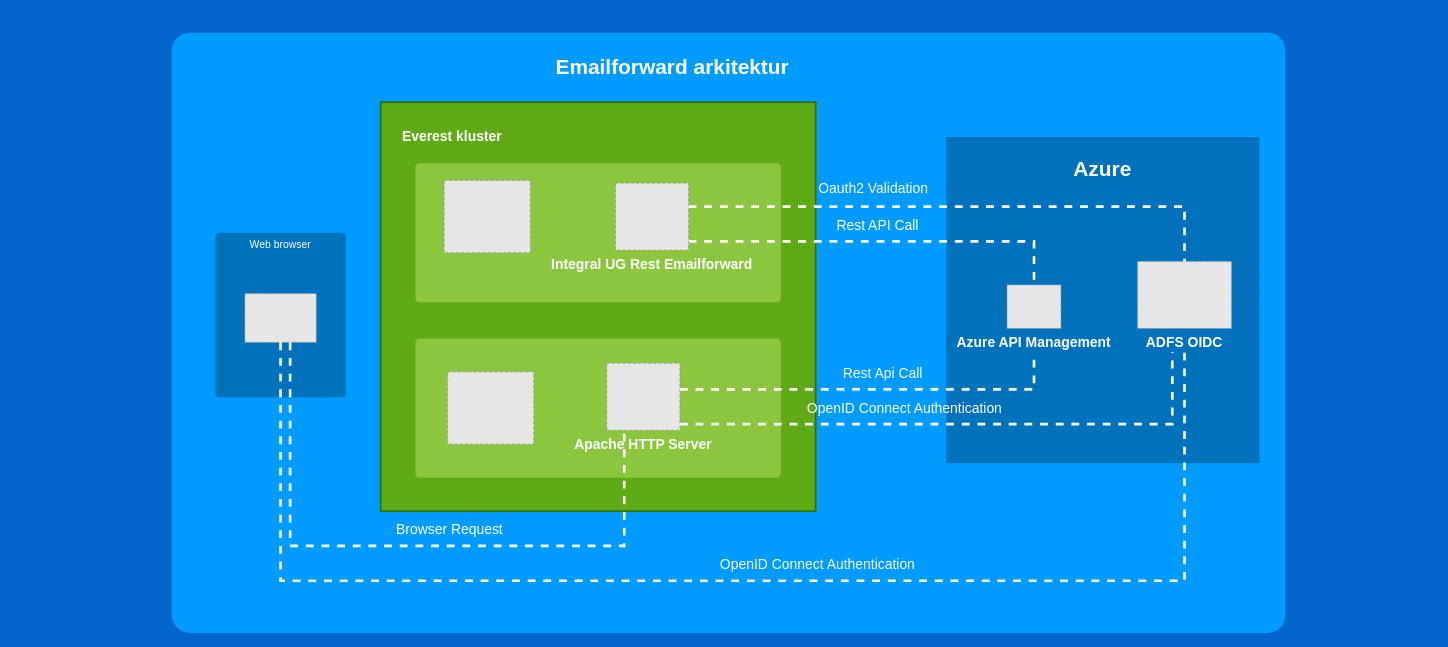
Earlier version of the draw.io diagram Untitled Diagram.drawio (ssundkvist/cxf). Source tidied: cells renumbered, new cells numbered last; positions are measured from the earlier drawing's top-left corner, leaving out a move shared by most shapes. Both pictures are drawn from the tidied source at 87%, with x=0, y=0 at pixel (15, 32). Pictures stored in the file or linked from it are replaced by grey dashed boxes.
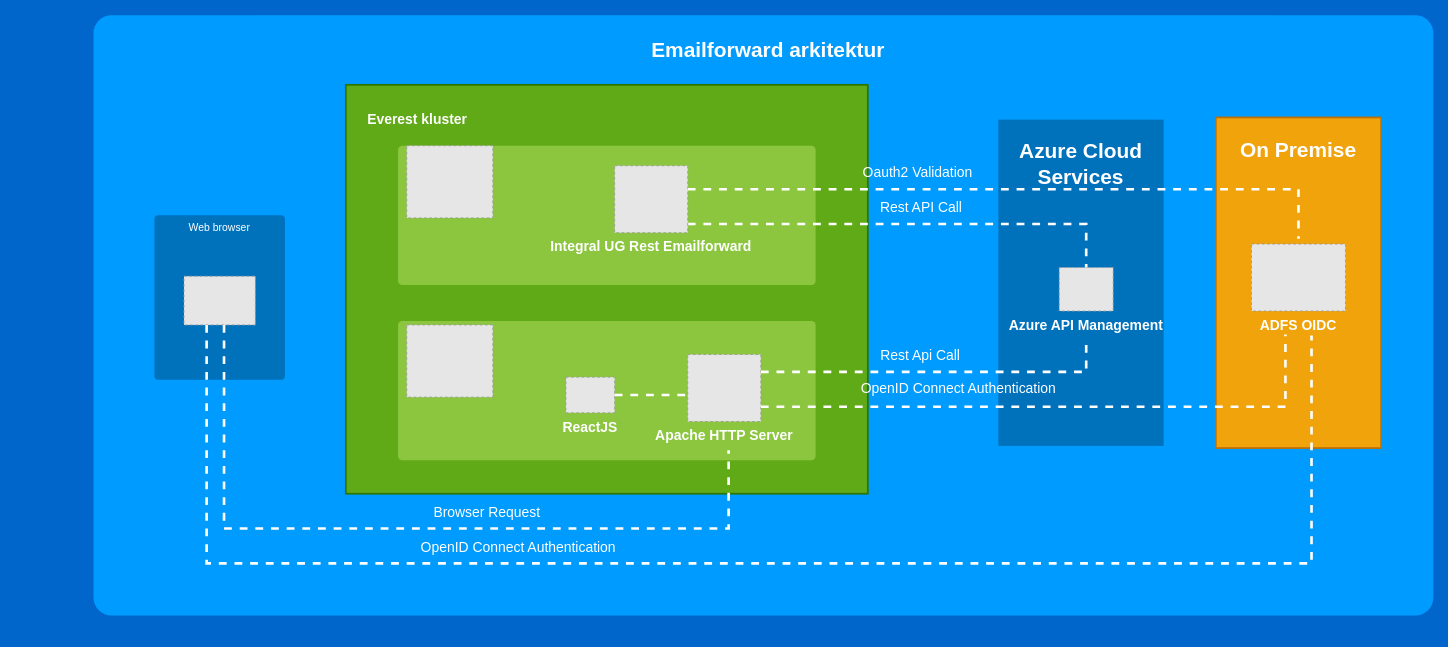
The same diagram, later.

What changed in the source:
```diff
@@
     <mxCell id="2" style="whiteSpace=wrap;html=1;rounded=1;shadow=0;strokeColor=none;strokeWidth=2;fillColor=#009BFF;fontSize=20;fontColor=#FFFFFF;align=center;arcSize=3;verticalAlign=top;spacingTop=4;" parent="1" vertex="1">
-      <mxGeometry x="180" width="1280" height="690" as="geometry" />
+      <mxGeometry x="90" y="-20" width="1540" height="690" as="geometry" />
     </mxCell>
     <mxCell id="3" value="&lt;h1 align=&quot;left&quot;&gt;&lt;font style=&quot;font-size: 16px&quot;&gt;Everest kluster&lt;/font&gt;&lt;/h1&gt;" style="rounded=0;whiteSpace=wrap;html=1;shadow=0;strokeWidth=2;fillColor=#60a917;fontSize=12;align=left;strokeColor=#2D7600;arcSize=6;verticalAlign=top;spacingLeft=23;fontColor=#ffffff;" parent="1" vertex="1">
-      <mxGeometry x="420" y="80" width="500" height="470" as="geometry" />
+      <mxGeometry x="380" y="60" width="600" height="470" as="geometry" />
     </mxCell>
     <mxCell id="4" value="Web browser" style="rounded=1;whiteSpace=wrap;html=1;shadow=0;strokeWidth=2;fillColor=#0072BC;fontSize=12;fontColor=#FFFFFF;align=center;strokeColor=none;arcSize=3;verticalAlign=top;" parent="1" vertex="1">
-      <mxGeometry x="230" y="230" width="150" height="189" as="geometry" />
+      <mxGeometry x="160" y="210" width="150" height="189" as="geometry" />
     </mxCell>
     <mxCell id="5" style="rounded=1;whiteSpace=wrap;html=1;shadow=0;strokeWidth=2;fillColor=#8BC63E;fontSize=12;fontColor=#000000;align=center;strokeColor=none;arcSize=3;" parent="1" vertex="1">
-      <mxGeometry x="460" y="351.5" width="420" height="160" as="geometry" />
+      <mxGeometry x="440" y="331.5" width="480" height="160" as="geometry" />
     </mxCell>
-    <mxCell id="6" value="&lt;h1&gt;Azure&lt;/h1&gt;" style="rounded=0;whiteSpace=wrap;html=1;shadow=0;strokeWidth=2;fillColor=#0072BC;fontSize=12;fontColor=#FFFFFF;align=center;strokeColor=none;arcSize=3;verticalAlign=top;" parent="1" vertex="1">
-      <mxGeometry x="1070" y="120" width="360" height="375" as="geometry" />
+    <mxCell id="6" value="&lt;h1&gt;Azure Cloud Services&lt;br&gt;&lt;/h1&gt;" style="rounded=0;whiteSpace=wrap;html=1;shadow=0;strokeWidth=2;fillColor=#0072BC;fontSize=12;fontColor=#FFFFFF;align=center;strokeColor=none;arcSize=3;verticalAlign=top;" parent="1" vertex="1">
+      <mxGeometry x="1130" y="100" width="190" height="375" as="geometry" />
     </mxCell>
     <mxCell id="7" value="Emailforward arkitektur" style="text;strokeColor=none;fillColor=none;html=1;fontSize=24;fontStyle=1;verticalAlign=middle;align=center;rounded=0;shadow=0;fontColor=#FFFFFF;" parent="1" vertex="1">
-      <mxGeometry y="20" width="1510" height="40" as="geometry" />
+      <mxGeometry x="110" width="1510" height="40" as="geometry" />
     </mxCell>
     <mxCell id="8" style="fillColor=#E6E6E6;strokeColor=#999999;dashed=1;verticalLabelPosition=bottom;labelBackgroundColor=#ffffff;verticalAlign=top;" parent="1" vertex="1">
-      <mxGeometry x="264" y="300" width="82" height="56" as="geometry" />
+      <mxGeometry x="194" y="280" width="82" height="56" as="geometry" />
     </mxCell>
-    <mxCell id="9" style="edgeStyle=orthogonalEdgeStyle;html=1;startArrow=none;startFill=0;startSize=10;endArrow=none;endFill=0;endSize=10;strokeWidth=3;fontSize=11;fontColor=#FFFFFF;strokeColor=#FFFFFF;dashed=1;rounded=0;" parent="1" edge="1" source="8" target="11">
+    <mxCell id="9" style="edgeStyle=orthogonalEdgeStyle;html=1;startArrow=none;startFill=0;startSize=10;endArrow=none;endFill=0;endSize=10;strokeWidth=3;fontSize=11;fontColor=#FFFFFF;strokeColor=#FFFFFF;dashed=1;rounded=0;targetPerimeterSpacing=33;" parent="1" edge="1" source="8" target="11">
       <mxGeometry relative="1" as="geometry">
         <Array as="points">
-          <mxPoint x="316" y="590" />
-          <mxPoint x="700" y="590" />
+          <mxPoint x="240" y="570" />
+          <mxPoint x="820" y="570" />
         </Array>
       </mxGeometry>
     </mxCell>
     <mxCell id="10" value="&lt;font style=&quot;font-size: 16px&quot;&gt;Browser Request&lt;br&gt;&lt;/font&gt;" style="edgeLabel;html=1;align=center;verticalAlign=middle;labelBackgroundColor=none;fontColor=#FFFFFF;" parent="9" vertex="1">
       <mxGeometry x="0.45" y="1" relative="1" as="geometry">
-        <mxPoint x="-128" y="-19" as="offset" />
+        <mxPoint x="-120" y="-19" as="offset" />
       </mxGeometry>
     </mxCell>
     <mxCell id="11" value="Apache HTTP Server" style="fillColor=#E6E6E6;strokeColor=#999999;dashed=1;verticalLabelPosition=bottom;labelBackgroundColor=none;verticalAlign=top;fontSize=16;fontColor=#FFFFFF;fontStyle=1;" parent="1" vertex="1">
-      <mxGeometry x="680" y="380" width="84" height="77" as="geometry" />
+      <mxGeometry x="773" y="370" width="84" height="77" as="geometry" />
     </mxCell>
     <mxCell id="12" value="Azure API Management" style="fillColor=#E6E6E6;strokeColor=#999999;dashed=1;verticalLabelPosition=bottom;labelBackgroundColor=none;verticalAlign=top;fontSize=16;fontColor=#FFFFFF;fontStyle=1;" parent="1" vertex="1">
-      <mxGeometry x="1140" y="290" width="62" height="50" as="geometry" />
+      <mxGeometry x="1200" y="270" width="62" height="50" as="geometry" />
     </mxCell>
     <mxCell id="13" style="edgeStyle=orthogonalEdgeStyle;html=1;startArrow=none;startFill=0;startSize=10;endArrow=none;endFill=0;endSize=10;strokeWidth=3;fontSize=11;fontColor=#FFFFFF;strokeColor=#FFFFFF;dashed=1;rounded=0;targetPerimeterSpacing=36;" parent="1" edge="1" source="11" target="12">
       <mxGeometry relative="1" as="geometry">
         <Array as="points">
-          <mxPoint x="1171" y="410" />
+          <mxPoint x="1231" y="390" />
         </Array>
       </mxGeometry>
     </mxCell>
     <mxCell id="14" value="&lt;font style=&quot;font-size: 16px&quot; color=&quot;#FFFFFF&quot;&gt;Rest Api Call&lt;/font&gt;" style="edgeLabel;html=1;align=center;verticalAlign=middle;labelBackgroundColor=none;" parent="13" vertex="1">
       <mxGeometry x="-0.05" relative="1" as="geometry">
-        <mxPoint x="23" y="-20" as="offset" />
+        <mxPoint x="-12" y="-20" as="offset" />
       </mxGeometry>
     </mxCell>
     <mxCell id="15" style="rounded=1;whiteSpace=wrap;html=1;shadow=0;strokeWidth=2;fillColor=#8BC63E;fontSize=12;fontColor=#000000;align=center;strokeColor=none;arcSize=3;" parent="1" vertex="1">
-      <mxGeometry x="460" y="150" width="420" height="160" as="geometry" />
+      <mxGeometry x="440" y="130" width="480" height="160" as="geometry" />
     </mxCell>
     <mxCell id="16" style="fillColor=#E6E6E6;strokeColor=#999999;dashed=1;verticalLabelPosition=bottom;labelBackgroundColor=#ffffff;verticalAlign=top;" parent="1" vertex="1">
-      <mxGeometry x="493" y="170" width="99" height="83" as="geometry" />
+      <mxGeometry x="450" y="130" width="99" height="83" as="geometry" />
     </mxCell>
     <mxCell id="17" style="fillColor=#E6E6E6;strokeColor=#999999;dashed=1;verticalLabelPosition=bottom;labelBackgroundColor=#ffffff;verticalAlign=top;" parent="1" vertex="1">
-      <mxGeometry x="497" y="390" width="99" height="83" as="geometry" />
+      <mxGeometry x="450" y="336" width="99" height="83" as="geometry" />
     </mxCell>
     <mxCell id="18" style="edgeStyle=orthogonalEdgeStyle;html=1;startArrow=none;startFill=0;startSize=10;endArrow=none;endFill=0;endSize=10;strokeWidth=3;fontSize=11;fontColor=#FFFFFF;strokeColor=#FFFFFF;dashed=1;rounded=0;" parent="1" edge="1" source="20" target="12">
       <mxGeometry relative="1" as="geometry">
         <Array as="points">
-          <mxPoint x="1171" y="240" />
+          <mxPoint x="1231" y="220" />
         </Array>
       </mxGeometry>
     </mxCell>
     <mxCell id="19" value="&lt;font style=&quot;font-size: 16px&quot; color=&quot;#FFFFFF&quot;&gt;Rest API Call&lt;/font&gt;" style="edgeLabel;html=1;align=center;verticalAlign=middle;labelBackgroundColor=none;" parent="18" vertex="1">
       <mxGeometry x="-0.19" y="-2" relative="1" as="geometry">
-        <mxPoint x="35" y="-22" as="offset" />
+        <mxPoint x="61" y="-22" as="offset" />
       </mxGeometry>
     </mxCell>
     <mxCell id="20" value="Integral UG Rest Emailforward" style="fillColor=#E6E6E6;strokeColor=#999999;dashed=1;verticalLabelPosition=bottom;labelBackgroundColor=none;verticalAlign=top;fontSize=16;fontColor=#FFFFFF;fontStyle=1;" parent="1" vertex="1">
-      <mxGeometry x="690" y="173" width="84" height="77" as="geometry" />
+      <mxGeometry x="689" y="153" width="84" height="77" as="geometry" />
     </mxCell>
-    <mxCell id="21" value="ADFS OIDC" style="fillColor=#E6E6E6;strokeColor=#999999;dashed=1;verticalLabelPosition=bottom;labelBackgroundColor=none;verticalAlign=top;fontSize=16;fontColor=#FFFFFF;fontStyle=1;" parent="1" vertex="1">
-      <mxGeometry x="1290" y="263" width="108" height="77" as="geometry" />
-    </mxCell>
+    <mxCell id="28" value="ReactJS" style="fillColor=#E6E6E6;strokeColor=#999999;dashed=1;verticalLabelPosition=bottom;labelBackgroundColor=none;verticalAlign=top;fontSize=16;fontColor=#FFFFFF;fontStyle=1;" parent="1" vertex="1">
+      <mxGeometry x="633" y="396" width="56" height="41" as="geometry" />
+    </mxCell>
+    <mxCell id="29" style="edgeStyle=orthogonalEdgeStyle;html=1;startArrow=none;startFill=0;startSize=10;endArrow=none;endFill=0;endSize=10;strokeWidth=3;fontSize=11;fontColor=#FFFFFF;strokeColor=#FFFFFF;dashed=1;rounded=0;jumpStyle=none;targetPerimeterSpacing=0;" parent="1" edge="1" source="28" target="11">
+      <mxGeometry relative="1" as="geometry">
+        <Array as="points">
+          <mxPoint x="723" y="417" />
+          <mxPoint x="723" y="417" />
+        </Array>
+      </mxGeometry>
+    </mxCell>
+    <mxCell id="30" value="&lt;h1&gt;On Premise&lt;/h1&gt;" style="rounded=0;whiteSpace=wrap;html=1;shadow=0;strokeWidth=2;fillColor=#f0a30a;fontSize=12;fontColor=#ffffff;align=center;strokeColor=#BD7000;arcSize=3;verticalAlign=top;" parent="1" vertex="1">
+      <mxGeometry x="1380" y="97.5" width="190" height="380" as="geometry" />
+    </mxCell>
     <mxCell id="22" style="edgeStyle=orthogonalEdgeStyle;html=1;startArrow=none;startFill=0;startSize=10;endArrow=none;endFill=0;endSize=10;strokeWidth=3;fontSize=11;fontColor=#FFFFFF;strokeColor=#FFFFFF;dashed=1;rounded=0;targetPerimeterSpacing=27;" parent="1" edge="1" source="11" target="21">
       <mxGeometry relative="1" as="geometry">
         <Array as="points">
-          <mxPoint x="1330" y="450" />
+          <mxPoint x="1460" y="430" />
         </Array>
       </mxGeometry>
     </mxCell>
     <mxCell id="23" value="&lt;font style=&quot;font-size: 16px&quot; color=&quot;#FFFFFF&quot;&gt;OpenID Connect Authentication&lt;/font&gt;" style="edgeLabel;html=1;align=center;verticalAlign=middle;labelBackgroundColor=none;" parent="22" vertex="1">
       <mxGeometry x="0.13" y="-3" relative="1" as="geometry">
-        <mxPoint x="-110" y="-21.5" as="offset" />
+        <mxPoint x="-162" y="-24.5" as="offset" />
       </mxGeometry>
     </mxCell>
+    <mxCell id="26" style="edgeStyle=orthogonalEdgeStyle;html=1;startArrow=none;startFill=0;startSize=10;endArrow=none;endFill=0;endSize=0;strokeWidth=3;fontSize=20;fontColor=#FFFFFF;strokeColor=#FFFFFF;dashed=1;rounded=0;targetPerimeterSpacing=6;" parent="1" edge="1" source="20" target="21">
+      <mxGeometry relative="1" as="geometry">
+        <Array as="points">
+          <mxPoint x="1475" y="180" />
+        </Array>
+      </mxGeometry>
+    </mxCell>
+    <mxCell id="27" value="&lt;font style=&quot;font-size: 16px&quot;&gt;Oauth2 Validation&lt;/font&gt;" style="edgeLabel;html=1;align=center;verticalAlign=middle;labelBackgroundColor=none;fontColor=#FFFFFF;" parent="26" vertex="1">
+      <mxGeometry x="0.08" y="-2" relative="1" as="geometry">
+        <mxPoint x="-147" y="-22" as="offset" />
+      </mxGeometry>
+    </mxCell>
+    <mxCell id="21" value="ADFS OIDC" style="fillColor=#E6E6E6;strokeColor=#999999;dashed=1;verticalLabelPosition=bottom;labelBackgroundColor=none;verticalAlign=top;fontSize=16;fontColor=#FFFFFF;fontStyle=1;" parent="1" vertex="1">
+      <mxGeometry x="1421" y="243" width="108" height="77" as="geometry" />
+    </mxCell>
     <mxCell id="24" style="edgeStyle=orthogonalEdgeStyle;html=1;startArrow=none;startFill=0;startSize=10;endArrow=none;endFill=0;endSize=10;strokeWidth=3;fontSize=11;fontColor=#FFFFFF;strokeColor=#FFFFFF;dashed=1;rounded=0;jumpStyle=none;targetPerimeterSpacing=28;" parent="1" edge="1" source="8" target="21">
       <mxGeometry relative="1" as="geometry">
         <Array as="points">
-          <mxPoint x="305" y="630" />
-          <mxPoint x="1344" y="630" />
+          <mxPoint x="220" y="610" />
+          <mxPoint x="1490" y="610" />
         </Array>
       </mxGeometry>
     </mxCell>
     <mxCell id="25" value="&lt;font style=&quot;font-size: 16px&quot;&gt;OpenID Connect Authentication&lt;/font&gt;" style="edgeLabel;html=1;align=center;verticalAlign=middle;labelBackgroundColor=none;fontColor=#FFFFFF;" parent="24" vertex="1">
       <mxGeometry x="0.13" y="-3" relative="1" as="geometry">
-        <mxPoint y="-23" as="offset" />
+        <mxPoint x="-389" y="-23" as="offset" />
       </mxGeometry>
     </mxCell>
-    <mxCell id="26" style="edgeStyle=orthogonalEdgeStyle;html=1;startArrow=none;startFill=0;startSize=10;endArrow=none;endFill=0;endSize=0;strokeWidth=3;fontSize=20;fontColor=#FFFFFF;strokeColor=#FFFFFF;dashed=1;rounded=0;targetPerimeterSpacing=0;" parent="1" edge="1" source="20" target="21">
-      <mxGeometry relative="1" as="geometry">
-        <Array as="points">
-          <mxPoint x="1344" y="200" />
-        </Array>
-      </mxGeometry>
-    </mxCell>
-    <mxCell id="27" value="&lt;font style=&quot;font-size: 16px&quot;&gt;Oauth2 Validation&lt;/font&gt;" style="edgeLabel;html=1;align=center;verticalAlign=middle;labelBackgroundColor=none;fontColor=#FFFFFF;" parent="26" vertex="1">
-      <mxGeometry x="0.08" y="-2" relative="1" as="geometry">
-        <mxPoint x="-131" y="-23.5" as="offset" />
-      </mxGeometry>
-    </mxCell>
```
